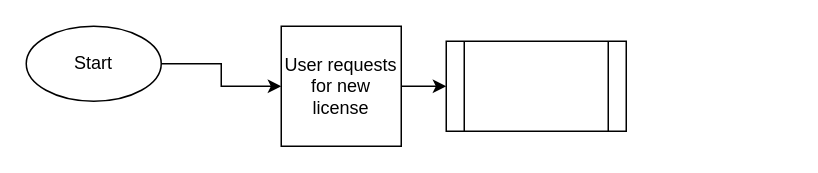
The draw.io diagram MDM.drawio in kunal-s/hello-world, before the edit. Source tidied: cells renumbered, new cells numbered last; positions are measured from the earlier drawing's top-left corner, leaving out a move shared by most shapes. Both pictures are drawn from the tidied source at 150%, with x=0, y=0 at pixel (26, 26).
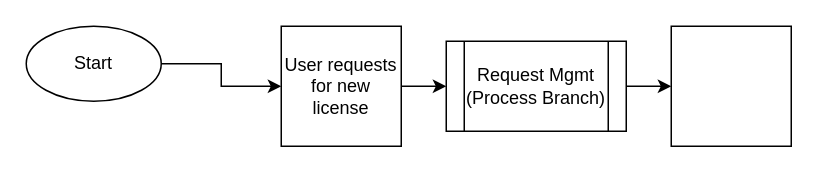
The same diagram, later.

What changed in the source:
```diff
@@
 <mxGraphModel>
   <root>
     <mxCell id="0" />
     <mxCell id="1" parent="0" />
     <mxCell id="2" style="edgeStyle=orthogonalEdgeStyle;rounded=0;jettySize=auto;html=1;" parent="1" edge="1" source="3" target="6">
       <mxGeometry relative="1" as="geometry" />
     </mxCell>
     <mxCell id="3" value="User requests for new license" style="whiteSpace=wrap;html=1;" parent="1" vertex="1">
       <mxGeometry x="170" width="80" height="80" as="geometry" />
     </mxCell>
     <mxCell id="4" style="edgeStyle=orthogonalEdgeStyle;rounded=0;jettySize=auto;html=1;" parent="1" edge="1" source="5" target="3">
       <mxGeometry relative="1" as="geometry" />
     </mxCell>
     <mxCell id="5" value="Start" style="ellipse;whiteSpace=wrap;html=1;" parent="1" vertex="1">
       <mxGeometry width="90" height="50" as="geometry" />
     </mxCell>
+    <mxCell id="7" style="edgeStyle=orthogonalEdgeStyle;rounded=0;jettySize=auto;html=1;" parent="1" edge="1" source="6" target="8">
+      <mxGeometry relative="1" as="geometry" />
+    </mxCell>
-    <mxCell id="6" style="shape=process;whiteSpace=wrap;html=1;backgroundOutline=1;" parent="1" vertex="1">
+    <mxCell id="6" value="Request Mgmt&lt;br&gt;(Process Branch)" style="shape=process;whiteSpace=wrap;html=1;backgroundOutline=1;" parent="1" vertex="1">
       <mxGeometry x="280" y="10" width="120" height="60" as="geometry" />
     </mxCell>
+    <mxCell id="8" style="whiteSpace=wrap;html=1;" parent="1" vertex="1">
+      <mxGeometry x="430" width="80" height="80" as="geometry" />
+    </mxCell>
   </root>
 </mxGraphModel>
```
